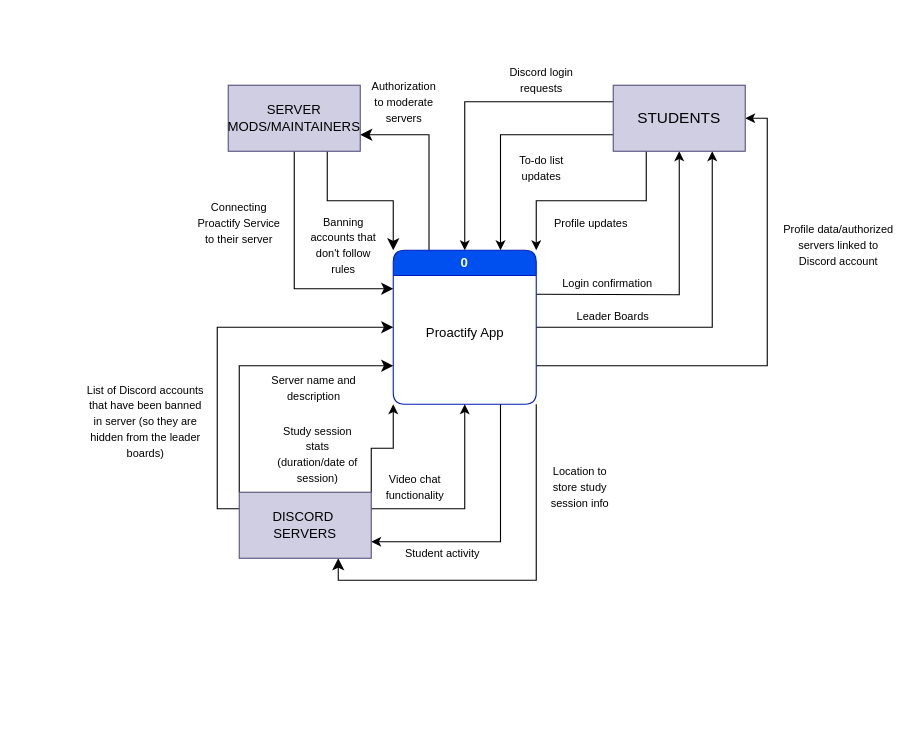
Above: page "Context" (1 of 2) of Proactify Context Diagram.drawio in gordonn/proactify-study (draw.io), before the change. Source tidied: cells renumbered, new cells numbered last; positions are measured from the earlier drawing's top-left corner, leaving out a move shared by most shapes. Both pictures are drawn from the tidied source at 110%, with x=0, y=0 at pixel (85, 63).
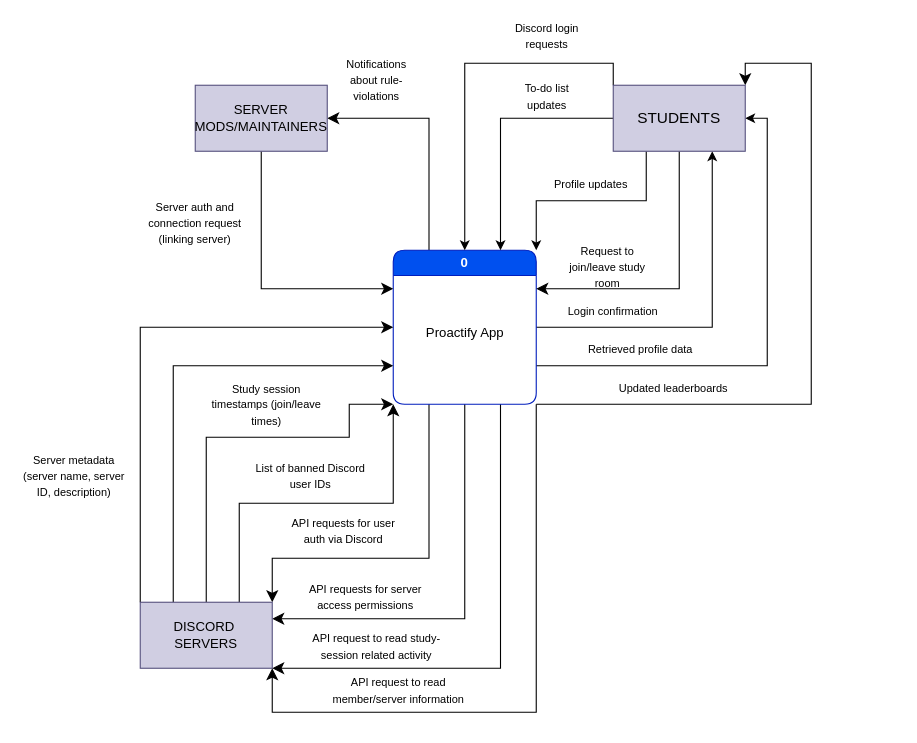
Above is the later version.

The change refers to these unchanged cells:
```xml
<mxCell id="8" value="&lt;div&gt;0&lt;/div&gt;" style="swimlane;whiteSpace=wrap;html=1;rounded=1;fillColor=#0050ef;strokeColor=#001DBC;fontColor=#ffffff;" parent="1" vertex="1">
  <mxGeometry x="280" y="170" width="130" height="140" as="geometry" />
</mxCell>
<mxCell id="13" value="&lt;font style=&quot;font-size: 14px;&quot;&gt;STUDENTS&lt;/font&gt;" style="rounded=0;whiteSpace=wrap;html=1;fillColor=#d0cee2;strokeColor=#56517e;" parent="1" vertex="1">
  <mxGeometry x="480" y="20" width="120" height="60" as="geometry" />
</mxCell>
```

The edit, as a diff of the source:
```diff
@@
-    <mxCell id="2" style="edgeStyle=orthogonalEdgeStyle;rounded=0;jettySize=auto;html=1;entryX=0.5;entryY=1;entryDx=0;entryDy=0;" parent="1" edge="1" target="13">
-      <mxGeometry relative="1" as="geometry">
-        <mxPoint x="410" y="210" as="sourcePoint" />
-      </mxGeometry>
-    </mxCell>
@@
-    <mxCell id="5" style="edgeStyle=orthogonalEdgeStyle;rounded=0;jettySize=auto;html=1;exitX=0.75;exitY=1;exitDx=0;exitDy=0;entryX=1;entryY=0.75;entryDx=0;entryDy=0;" parent="1" edge="1" source="8" target="21">
-      <mxGeometry relative="1" as="geometry" />
-    </mxCell>
-    <mxCell id="6" style="edgeStyle=orthogonalEdgeStyle;rounded=0;jettySize=auto;html=1;entryX=0.75;entryY=1;entryDx=0;entryDy=0;fontSize=12;startSize=8;endSize=8;exitX=1;exitY=1;exitDx=0;exitDy=0;" parent="1" edge="1" source="8" target="21">
-      <mxGeometry relative="1" as="geometry" />
-    </mxCell>
+    <mxCell id="37" style="edgeStyle=orthogonalEdgeStyle;rounded=0;jettySize=auto;html=1;exitX=1;exitY=1;exitDx=0;exitDy=0;entryX=1;entryY=0;entryDx=0;entryDy=0;fontSize=12;startSize=8;endSize=8;" parent="1" edge="1" source="8" target="13">
+      <mxGeometry relative="1" as="geometry">
+        <Array as="points">
+          <mxPoint x="660" y="310" />
+          <mxPoint x="660" />
+          <mxPoint x="600" />
+        </Array>
+      </mxGeometry>
+    </mxCell>
+    <mxCell id="38" style="edgeStyle=orthogonalEdgeStyle;rounded=0;jettySize=auto;html=1;exitX=0.75;exitY=1;exitDx=0;exitDy=0;entryX=1;entryY=1;entryDx=0;entryDy=0;fontSize=12;startSize=8;endSize=8;" parent="1" edge="1" source="8" target="21">
+      <mxGeometry relative="1" as="geometry">
+        <Array as="points">
+          <mxPoint x="378" y="550" />
+        </Array>
+      </mxGeometry>
+    </mxCell>
+    <mxCell id="39" style="edgeStyle=orthogonalEdgeStyle;rounded=0;jettySize=auto;html=1;entryX=1;entryY=0.25;entryDx=0;entryDy=0;fontSize=12;startSize=8;endSize=8;exitX=0.5;exitY=1;exitDx=0;exitDy=0;" parent="1" edge="1" source="8" target="21">
+      <mxGeometry relative="1" as="geometry" />
+    </mxCell>
+    <mxCell id="40" style="edgeStyle=orthogonalEdgeStyle;rounded=0;jettySize=auto;html=1;exitX=0.25;exitY=1;exitDx=0;exitDy=0;entryX=1;entryY=0;entryDx=0;entryDy=0;fontSize=12;startSize=8;endSize=8;" parent="1" edge="1" source="8" target="21">
+      <mxGeometry relative="1" as="geometry">
+        <Array as="points">
+          <mxPoint x="313" y="450" />
+          <mxPoint x="170" y="450" />
+        </Array>
+      </mxGeometry>
+    </mxCell>
-    <mxCell id="7" style="edgeStyle=orthogonalEdgeStyle;rounded=0;jettySize=auto;html=1;exitX=0.25;exitY=0;exitDx=0;exitDy=0;entryX=1;entryY=0.75;entryDx=0;entryDy=0;fontSize=12;startSize=8;endSize=8;" parent="1" edge="1" source="8" target="16">
+    <mxCell id="7" style="edgeStyle=orthogonalEdgeStyle;rounded=0;jettySize=auto;html=1;exitX=0.25;exitY=0;exitDx=0;exitDy=0;entryX=1;entryY=0.5;entryDx=0;entryDy=0;fontSize=12;startSize=8;endSize=8;" parent="1" edge="1" source="8" target="16">
       <mxGeometry relative="1" as="geometry" />
     </mxCell>
@@
-    <mxCell id="10" style="edgeStyle=orthogonalEdgeStyle;rounded=0;jettySize=auto;html=1;exitX=0;exitY=0.75;exitDx=0;exitDy=0;entryX=0.75;entryY=0;entryDx=0;entryDy=0;" parent="1" edge="1" source="13" target="8">
+    <mxCell id="10" style="edgeStyle=orthogonalEdgeStyle;rounded=0;jettySize=auto;html=1;exitX=0;exitY=0.5;exitDx=0;exitDy=0;entryX=0.75;entryY=0;entryDx=0;entryDy=0;" parent="1" edge="1" source="13" target="8">
       <mxGeometry relative="1" as="geometry" />
     </mxCell>
-    <mxCell id="11" style="edgeStyle=orthogonalEdgeStyle;rounded=0;jettySize=auto;html=1;exitX=0;exitY=0.25;exitDx=0;exitDy=0;entryX=0.5;entryY=0;entryDx=0;entryDy=0;" parent="1" edge="1" source="13" target="8">
+    <mxCell id="11" style="edgeStyle=orthogonalEdgeStyle;rounded=0;jettySize=auto;html=1;exitX=0;exitY=0;exitDx=0;exitDy=0;entryX=0.5;entryY=0;entryDx=0;entryDy=0;" parent="1" edge="1" source="13" target="8">
       <mxGeometry relative="1" as="geometry" />
     </mxCell>
@@
+    <mxCell id="41" style="edgeStyle=orthogonalEdgeStyle;rounded=0;jettySize=auto;html=1;exitX=0.5;exitY=1;exitDx=0;exitDy=0;entryX=1;entryY=0.25;entryDx=0;entryDy=0;fontSize=12;startSize=8;endSize=8;" parent="1" edge="1" source="13" target="8">
+      <mxGeometry relative="1" as="geometry" />
+    </mxCell>
@@
-    <mxCell id="14" style="edgeStyle=orthogonalEdgeStyle;rounded=0;jettySize=auto;html=1;exitX=0.75;exitY=1;exitDx=0;exitDy=0;entryX=0;entryY=0;entryDx=0;entryDy=0;fontSize=12;startSize=8;endSize=8;" parent="1" edge="1" source="16" target="8">
-      <mxGeometry relative="1" as="geometry" />
-    </mxCell>
-    <mxCell id="15" style="edgeStyle=orthogonalEdgeStyle;rounded=0;jettySize=auto;html=1;entryX=0;entryY=0.25;entryDx=0;entryDy=0;fontSize=12;startSize=8;endSize=8;exitX=0.5;exitY=1;exitDx=0;exitDy=0;" parent="1" edge="1" source="16" target="8">
-      <mxGeometry relative="1" as="geometry" />
-    </mxCell>
+    <mxCell id="42" style="edgeStyle=orthogonalEdgeStyle;rounded=0;jettySize=auto;html=1;exitX=0.5;exitY=1;exitDx=0;exitDy=0;entryX=0;entryY=0.25;entryDx=0;entryDy=0;fontSize=12;startSize=8;endSize=8;" parent="1" edge="1" source="16" target="8">
+      <mxGeometry relative="1" as="geometry" />
+    </mxCell>
     <mxCell id="16" value="SERVER MODS/MAINTAINERS" style="rounded=0;whiteSpace=wrap;html=1;fillColor=#d0cee2;strokeColor=#56517e;" parent="1" vertex="1">
-      <mxGeometry x="130" y="20" width="120" height="60" as="geometry" />
+      <mxGeometry x="100" y="20" width="120" height="60" as="geometry" />
     </mxCell>
-    <mxCell id="17" style="edgeStyle=orthogonalEdgeStyle;rounded=0;jettySize=auto;html=1;exitX=1;exitY=0.25;exitDx=0;exitDy=0;entryX=0.5;entryY=1;entryDx=0;entryDy=0;" parent="1" edge="1" source="21" target="8">
-      <mxGeometry relative="1" as="geometry" />
-    </mxCell>
-    <mxCell id="18" style="edgeStyle=orthogonalEdgeStyle;rounded=0;jettySize=auto;html=1;exitX=1;exitY=0;exitDx=0;exitDy=0;entryX=0;entryY=1;entryDx=0;entryDy=0;" parent="1" edge="1" source="21" target="8">
-      <mxGeometry relative="1" as="geometry" />
-    </mxCell>
-    <mxCell id="19" style="edgeStyle=orthogonalEdgeStyle;rounded=0;jettySize=auto;html=1;exitX=0;exitY=0;exitDx=0;exitDy=0;entryX=0;entryY=0.75;entryDx=0;entryDy=0;fontSize=12;startSize=8;endSize=8;" parent="1" edge="1" source="21" target="8">
-      <mxGeometry relative="1" as="geometry" />
-    </mxCell>
-    <mxCell id="20" style="edgeStyle=orthogonalEdgeStyle;rounded=0;jettySize=auto;html=1;exitX=0;exitY=0.25;exitDx=0;exitDy=0;entryX=0;entryY=0.5;entryDx=0;entryDy=0;fontSize=12;startSize=8;endSize=8;" parent="1" edge="1" source="21" target="8">
-      <mxGeometry relative="1" as="geometry" />
-    </mxCell>
+    <mxCell id="43" style="edgeStyle=orthogonalEdgeStyle;rounded=0;jettySize=auto;html=1;exitX=0.75;exitY=0;exitDx=0;exitDy=0;entryX=0;entryY=1;entryDx=0;entryDy=0;fontSize=12;startSize=8;endSize=8;" parent="1" edge="1" source="21" target="8">
+      <mxGeometry relative="1" as="geometry" />
+    </mxCell>
+    <mxCell id="44" style="edgeStyle=orthogonalEdgeStyle;rounded=0;jettySize=auto;html=1;entryX=0;entryY=1;entryDx=0;entryDy=0;fontSize=12;startSize=8;endSize=8;exitX=0.5;exitY=0;exitDx=0;exitDy=0;" parent="1" edge="1" source="21" target="8">
+      <mxGeometry relative="1" as="geometry">
+        <Array as="points">
+          <mxPoint x="110" y="340" />
+          <mxPoint x="240" y="340" />
+          <mxPoint x="240" y="310" />
+        </Array>
+      </mxGeometry>
+    </mxCell>
+    <mxCell id="45" style="edgeStyle=orthogonalEdgeStyle;rounded=0;jettySize=auto;html=1;exitX=0.25;exitY=0;exitDx=0;exitDy=0;entryX=0;entryY=0.75;entryDx=0;entryDy=0;fontSize=12;startSize=8;endSize=8;" parent="1" edge="1" source="21" target="8">
+      <mxGeometry relative="1" as="geometry" />
+    </mxCell>
+    <mxCell id="46" style="edgeStyle=orthogonalEdgeStyle;rounded=0;jettySize=auto;html=1;exitX=0;exitY=0;exitDx=0;exitDy=0;entryX=0;entryY=0.5;entryDx=0;entryDy=0;fontSize=12;startSize=8;endSize=8;" parent="1" edge="1" source="21" target="8">
+      <mxGeometry relative="1" as="geometry" />
+    </mxCell>
     <mxCell id="21" value="&lt;div&gt;DISCORD&amp;nbsp;&lt;/div&gt;&lt;div&gt;SERVERS&lt;/div&gt;" style="rounded=0;whiteSpace=wrap;html=1;fillColor=#d0cee2;strokeColor=#56517e;" parent="1" vertex="1">
-      <mxGeometry x="140" y="390" width="120" height="60" as="geometry" />
+      <mxGeometry x="50" y="490" width="120" height="60" as="geometry" />
     </mxCell>
     <mxCell id="22" value="&lt;font style=&quot;font-size: 10px;&quot;&gt;Profile updates&lt;/font&gt;" style="text;html=1;whiteSpace=wrap;strokeColor=none;fillColor=none;align=center;verticalAlign=middle;rounded=0;" parent="1" vertex="1">
-      <mxGeometry x="420" y="130" width="80" height="30" as="geometry" />
+      <mxGeometry x="420" y="100" width="80" height="20" as="geometry" />
     </mxCell>
     <mxCell id="23" value="&lt;font style=&quot;font-size: 10px;&quot;&gt;Discord login requests&lt;/font&gt;" style="text;html=1;whiteSpace=wrap;strokeColor=none;fillColor=none;align=center;verticalAlign=middle;rounded=0;" parent="1" vertex="1">
-      <mxGeometry x="380" width="70" height="30" as="geometry" />
+      <mxGeometry x="385" y="-40" width="70" height="30" as="geometry" />
     </mxCell>
     <mxCell id="24" value="&lt;font style=&quot;font-size: 10px;&quot;&gt;To-do list updates&lt;/font&gt;" style="text;html=1;whiteSpace=wrap;strokeColor=none;fillColor=none;align=center;verticalAlign=middle;rounded=0;" parent="1" vertex="1">
-      <mxGeometry x="385" y="70" width="60" height="50" as="geometry" />
+      <mxGeometry x="390" y="10" width="60" height="40" as="geometry" />
     </mxCell>
-    <mxCell id="25" value="&lt;font style=&quot;font-size: 10px;&quot;&gt;Login confirmation&lt;/font&gt;" style="text;html=1;whiteSpace=wrap;strokeColor=none;fillColor=none;align=center;verticalAlign=middle;rounded=0;" parent="1" vertex="1">
-      <mxGeometry x="430" y="190" width="90" height="20" as="geometry" />
+    <mxCell id="25" value="&lt;font style=&quot;font-size: 10px;&quot;&gt;Request to join/leave study room&lt;/font&gt;" style="text;html=1;whiteSpace=wrap;strokeColor=none;fillColor=none;align=center;verticalAlign=middle;rounded=0;" parent="1" vertex="1">
+      <mxGeometry x="430" y="170" width="90" height="30" as="geometry" />
     </mxCell>
-    <mxCell id="26" value="&lt;font style=&quot;font-size: 10px;&quot;&gt;Leader Boards&lt;/font&gt;" style="text;html=1;whiteSpace=wrap;strokeColor=none;fillColor=none;align=center;verticalAlign=middle;rounded=0;" parent="1" vertex="1">
-      <mxGeometry x="430" y="220" width="100" height="20" as="geometry" />
+    <mxCell id="26" value="&lt;font style=&quot;font-size: 10px;&quot;&gt;Login confirmation&lt;/font&gt;" style="text;html=1;whiteSpace=wrap;strokeColor=none;fillColor=none;align=center;verticalAlign=middle;rounded=0;" parent="1" vertex="1">
+      <mxGeometry x="430" y="210" width="100" height="30" as="geometry" />
     </mxCell>
-    <mxCell id="27" value="&lt;font style=&quot;font-size: 10px;&quot;&gt;Profile data/authorized servers linked to Discord account&lt;/font&gt;" style="text;html=1;whiteSpace=wrap;strokeColor=none;fillColor=none;align=center;verticalAlign=middle;rounded=0;" parent="1" vertex="1">
-      <mxGeometry x="630" y="150" width="110" height="30" as="geometry" />
+    <mxCell id="27" value="&lt;font style=&quot;font-size: 10px;&quot;&gt;Retrieved profile data&lt;/font&gt;" style="text;html=1;whiteSpace=wrap;strokeColor=none;fillColor=none;align=center;verticalAlign=middle;rounded=0;" parent="1" vertex="1">
+      <mxGeometry x="450" y="250" width="110" height="20" as="geometry" />
     </mxCell>
-    <mxCell id="28" value="&lt;font style=&quot;font-size: 10px;&quot;&gt;Location to store study session info&lt;/font&gt;" style="text;html=1;whiteSpace=wrap;strokeColor=none;fillColor=none;align=center;verticalAlign=middle;rounded=0;" parent="1" vertex="1">
-      <mxGeometry x="420" y="360" width="60" height="50" as="geometry" />
-    </mxCell>
-    <mxCell id="29" value="&lt;font style=&quot;font-size: 10px;&quot;&gt;Video chat functionality&lt;/font&gt;" style="text;html=1;whiteSpace=wrap;strokeColor=none;fillColor=none;align=center;verticalAlign=middle;rounded=0;" parent="1" vertex="1">
-      <mxGeometry x="270" y="370" width="60" height="30" as="geometry" />
-    </mxCell>
-    <mxCell id="30" value="&lt;font style=&quot;font-size: 10px;&quot;&gt;Student activity&lt;/font&gt;" style="text;html=1;whiteSpace=wrap;strokeColor=none;fillColor=none;align=center;verticalAlign=middle;rounded=0;" parent="1" vertex="1">
-      <mxGeometry x="290" y="430" width="70" height="30" as="geometry" />
-    </mxCell>
-    <mxCell id="31" value="&lt;font style=&quot;font-size: 10px;&quot;&gt;Study session stats (duration/date of session)&lt;/font&gt;" style="text;html=1;whiteSpace=wrap;strokeColor=none;fillColor=none;align=center;verticalAlign=middle;rounded=0;" parent="1" vertex="1">
-      <mxGeometry x="170" y="340" width="82.5" height="30" as="geometry" />
-    </mxCell>
-    <mxCell id="32" value="&lt;font style=&quot;font-size: 10px;&quot;&gt;Server name and description&lt;/font&gt;" style="text;html=1;whiteSpace=wrap;strokeColor=none;fillColor=none;align=center;verticalAlign=middle;rounded=0;" parent="1" vertex="1">
-      <mxGeometry x="162.5" y="280" width="90" height="30" as="geometry" />
+    <mxCell id="32" value="&lt;font style=&quot;font-size: 10px;&quot;&gt;Study session timestamps (join/leave times)&lt;/font&gt;" style="text;html=1;whiteSpace=wrap;strokeColor=none;fillColor=none;align=center;verticalAlign=middle;rounded=0;" parent="1" vertex="1">
+      <mxGeometry x="110" y="290" width="110" height="40" as="geometry" />
     </mxCell>
-    <mxCell id="33" value="&lt;font style=&quot;font-size: 10px;&quot;&gt;List of Discord accounts that have been banned in server (so they are hidden from the leader boards)&lt;/font&gt;" style="text;html=1;whiteSpace=wrap;strokeColor=none;fillColor=none;align=center;verticalAlign=middle;rounded=0;" parent="1" vertex="1">
-      <mxGeometry y="280" width="110" height="90" as="geometry" />
+    <mxCell id="33" value="&lt;font style=&quot;font-size: 10px;&quot;&gt;Server metadata (server name, server ID, description)&lt;/font&gt;" style="text;html=1;whiteSpace=wrap;strokeColor=none;fillColor=none;align=center;verticalAlign=middle;rounded=0;" parent="1" vertex="1">
+      <mxGeometry x="-60" y="330" width="100" height="90" as="geometry" />
     </mxCell>
-    <mxCell id="34" value="&lt;font style=&quot;font-size: 10px;&quot;&gt;Authorization to moderate servers&lt;/font&gt;" style="text;html=1;whiteSpace=wrap;strokeColor=none;fillColor=none;align=center;verticalAlign=middle;rounded=0;" parent="1" vertex="1">
-      <mxGeometry x="260" y="10" width="60" height="50" as="geometry" />
-    </mxCell>
-    <mxCell id="35" value="&lt;font style=&quot;font-size: 10px;&quot;&gt;Banning accounts that don't follow rules&lt;/font&gt;" style="text;html=1;whiteSpace=wrap;strokeColor=none;fillColor=none;align=center;verticalAlign=middle;rounded=0;" parent="1" vertex="1">
-      <mxGeometry x="200" y="140" width="70" height="50" as="geometry" />
-    </mxCell>
-    <mxCell id="36" value="&lt;font style=&quot;font-size: 10px;&quot;&gt;Connecting Proactify Service to their server&lt;/font&gt;" style="text;html=1;whiteSpace=wrap;strokeColor=none;fillColor=none;align=center;verticalAlign=middle;rounded=0;" parent="1" vertex="1">
-      <mxGeometry x="100" y="120" width="80" height="50" as="geometry" />
+    <mxCell id="36" value="&lt;font style=&quot;font-size: 10px;&quot;&gt;Server auth and connection request (linking server)&lt;/font&gt;" style="text;html=1;whiteSpace=wrap;strokeColor=none;fillColor=none;align=center;verticalAlign=middle;rounded=0;" parent="1" vertex="1">
+      <mxGeometry x="50" y="120" width="100" height="50" as="geometry" />
     </mxCell>
+    <mxCell id="47" value="&lt;font style=&quot;font-size: 10px;&quot;&gt;Updated leaderboards&lt;/font&gt;" style="text;html=1;whiteSpace=wrap;strokeColor=none;fillColor=none;align=center;verticalAlign=middle;rounded=0;" parent="1" vertex="1">
+      <mxGeometry x="480" y="285" width="110" height="20" as="geometry" />
+    </mxCell>
+    <mxCell id="48" style="edgeStyle=orthogonalEdgeStyle;rounded=0;jettySize=auto;html=1;exitX=1;exitY=1;exitDx=0;exitDy=0;entryX=1;entryY=1;entryDx=0;entryDy=0;fontSize=12;startSize=8;endSize=8;" parent="1" edge="1" source="8" target="21">
+      <mxGeometry relative="1" as="geometry">
+        <Array as="points">
+          <mxPoint x="410" y="590" />
+          <mxPoint x="170" y="590" />
+        </Array>
+      </mxGeometry>
+    </mxCell>
+    <mxCell id="49" value="&lt;font style=&quot;font-size: 10px;&quot;&gt;List of banned Discord user IDs&lt;/font&gt;" style="text;html=1;whiteSpace=wrap;strokeColor=none;fillColor=none;align=center;verticalAlign=middle;rounded=0;" parent="1" vertex="1">
+      <mxGeometry x="150" y="360" width="110" height="30" as="geometry" />
+    </mxCell>
+    <mxCell id="50" value="&lt;font style=&quot;font-size: 10px;&quot;&gt;API requests for user auth via Discord&lt;/font&gt;" style="text;html=1;whiteSpace=wrap;strokeColor=none;fillColor=none;align=center;verticalAlign=middle;rounded=0;" parent="1" vertex="1">
+      <mxGeometry x="180" y="410" width="110" height="30" as="geometry" />
+    </mxCell>
+    <mxCell id="51" value="&lt;font style=&quot;font-size: 10px;&quot;&gt;API requests for server access permissions&lt;/font&gt;" style="text;html=1;whiteSpace=wrap;strokeColor=none;fillColor=none;align=center;verticalAlign=middle;rounded=0;" parent="1" vertex="1">
+      <mxGeometry x="200" y="470" width="110" height="30" as="geometry" />
+    </mxCell>
+    <mxCell id="52" value="&lt;font style=&quot;font-size: 10px;&quot;&gt;API request to read study-session related activity&lt;/font&gt;" style="text;html=1;whiteSpace=wrap;strokeColor=none;fillColor=none;align=center;verticalAlign=middle;rounded=0;" parent="1" vertex="1">
+      <mxGeometry x="200" y="510" width="130" height="40" as="geometry" />
+    </mxCell>
+    <mxCell id="53" value="&lt;font style=&quot;font-size: 10px;&quot;&gt;API request to read member/server information&lt;/font&gt;" style="text;html=1;whiteSpace=wrap;strokeColor=none;fillColor=none;align=center;verticalAlign=middle;rounded=0;" parent="1" vertex="1">
+      <mxGeometry x="220" y="550" width="130" height="40" as="geometry" />
+    </mxCell>
+    <mxCell id="54" value="&lt;font style=&quot;font-size: 10px;&quot;&gt;Notifications about rule-violations&lt;/font&gt;" style="text;html=1;whiteSpace=wrap;strokeColor=none;fillColor=none;align=center;verticalAlign=middle;rounded=0;" parent="1" vertex="1">
+      <mxGeometry x="235" y="-10" width="60" height="50" as="geometry" />
+    </mxCell>
```
